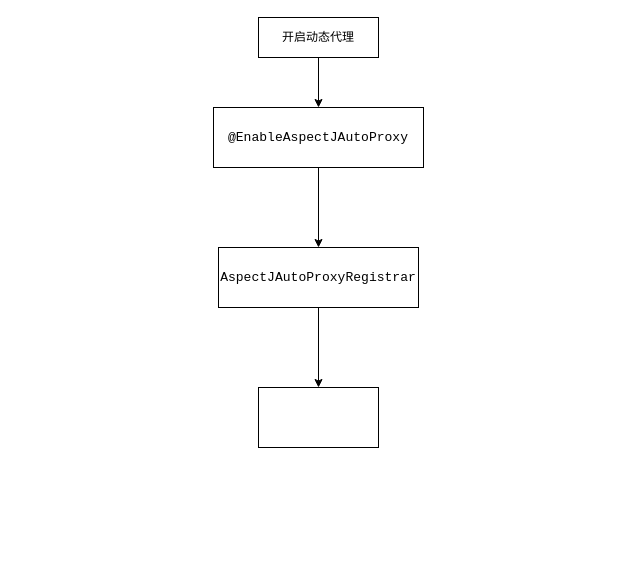
linbingxing/mind keeps this draw.io diagram as Spring AOP源码分析.drawio. Above is the earlier version. Source tidied: cells renumbered, new cells numbered last; positions are measured from the earlier drawing's top-left corner, leaving out a move shared by most shapes. Both pictures are drawn from the tidied source at 100%, with x=0, y=0 at pixel (213, 17).
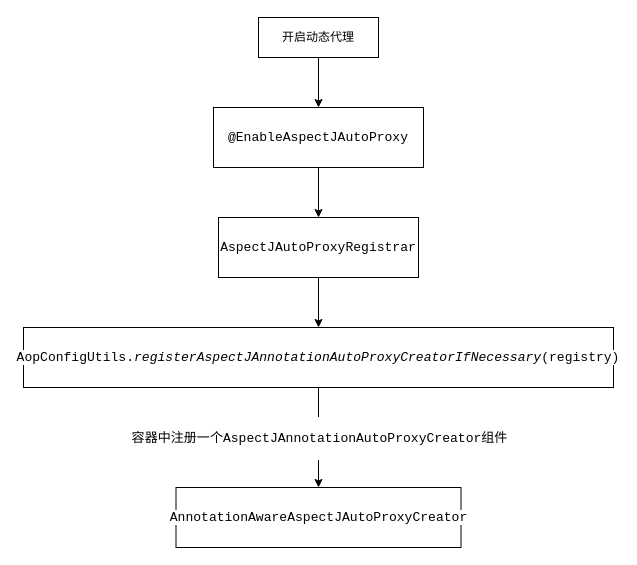
The same page after the edit.

Commit message (it also covers changes not shown here):
更新Spring AOP源码分析.drawio

Diff of the diagram source:
```diff
@@
 <mxGraphModel>
   <root>
     <mxCell id="0" />
     <mxCell id="1" parent="0" />
     <mxCell id="2" style="edgeStyle=orthogonalEdgeStyle;rounded=0;jettySize=auto;html=1;fontColor=#000000;" parent="1" edge="1" source="3" target="7">
       <mxGeometry relative="1" as="geometry" />
     </mxCell>
     <mxCell id="3" value="&lt;pre style=&quot;font-family: &amp;#34;consolas&amp;#34; ; font-size: 9.8pt&quot;&gt;@EnableAspectJAutoProxy&lt;/pre&gt;" style="rounded=0;whiteSpace=wrap;html=1;" parent="1" vertex="1">
       <mxGeometry y="90" width="210" height="60" as="geometry" />
     </mxCell>
     <mxCell id="4" style="edgeStyle=orthogonalEdgeStyle;rounded=0;jettySize=auto;html=1;exitX=0.5;exitY=1;exitDx=0;exitDy=0;fontColor=#000000;" parent="1" edge="1" source="5" target="3">
       <mxGeometry relative="1" as="geometry" />
     </mxCell>
     <mxCell id="5" value="开启动态代理" style="rounded=0;whiteSpace=wrap;html=1;labelBackgroundColor=none;fontColor=#000000;" parent="1" vertex="1">
       <mxGeometry x="45" width="120" height="40" as="geometry" />
     </mxCell>
     <mxCell id="6" style="edgeStyle=orthogonalEdgeStyle;rounded=0;jettySize=auto;html=1;fontColor=#000000;" parent="1" edge="1" source="7" target="8">
       <mxGeometry relative="1" as="geometry" />
     </mxCell>
     <mxCell id="7" value="&lt;pre style=&quot;font-family: &amp;#34;consolas&amp;#34; ; font-size: 9.8pt&quot;&gt;&lt;span style=&quot;background-color: rgb(255 , 255 , 255)&quot;&gt;AspectJAutoProxyRegistrar&lt;/span&gt;&lt;/pre&gt;" style="whiteSpace=wrap;html=1;rounded=0;strokeColor=#000000;" parent="1" vertex="1">
-      <mxGeometry x="5" y="230" width="200" height="60" as="geometry" />
+      <mxGeometry x="5" y="200" width="200" height="60" as="geometry" />
     </mxCell>
+    <mxCell id="9" style="edgeStyle=orthogonalEdgeStyle;rounded=0;jettySize=auto;html=1;fontColor=#000000;" parent="1" edge="1" source="8" target="11">
+      <mxGeometry relative="1" as="geometry" />
+    </mxCell>
+    <mxCell id="10" value="&lt;pre style=&quot;font-family: &amp;#34;arial&amp;#34; ; font-size: 9.8pt&quot;&gt;&lt;span style=&quot;background-color: rgb(255 , 255 , 255)&quot;&gt;容器中注册一个&lt;span style=&quot;font-family: &amp;#34;consolas&amp;#34;&quot;&gt;AspectJAnnotationAutoProxyCreator&lt;/span&gt;组件&lt;/span&gt;&lt;/pre&gt;" style="edgeLabel;html=1;align=center;verticalAlign=middle;fontColor=#000000;" parent="9" vertex="1">
+      <mxGeometry x="-0.31" y="-1" relative="1" as="geometry">
+        <mxPoint x="1" y="15" as="offset" />
+      </mxGeometry>
+    </mxCell>
-    <mxCell id="8" style="whiteSpace=wrap;html=1;strokeColor=#000000;rounded=0;" parent="1" vertex="1">
-      <mxGeometry x="45" y="370" width="120" height="60" as="geometry" />
+    <mxCell id="8" value="&lt;pre style=&quot;font-family: &amp;#34;consolas&amp;#34; ; font-size: 9.8pt&quot;&gt;&lt;span style=&quot;background-color: rgb(255 , 255 , 255)&quot;&gt;AopConfigUtils.&lt;span style=&quot;font-style: italic&quot;&gt;registerAspectJAnnotationAutoProxyCreatorIfNecessary&lt;/span&gt;(registry)&lt;/span&gt;&lt;/pre&gt;" style="whiteSpace=wrap;html=1;strokeColor=#000000;rounded=0;" parent="1" vertex="1">
+      <mxGeometry x="-190" y="310" width="590" height="60" as="geometry" />
     </mxCell>
+    <mxCell id="11" value="&lt;pre style=&quot;font-family: &amp;#34;consolas&amp;#34; ; font-size: 9.8pt&quot;&gt;&lt;span style=&quot;background-color: rgb(255 , 255 , 255)&quot;&gt;AnnotationAwareAspectJAutoProxyCreator&lt;/span&gt;&lt;/pre&gt;" style="whiteSpace=wrap;html=1;strokeColor=#000000;rounded=0;" parent="1" vertex="1">
+      <mxGeometry x="-37.5" y="470" width="285" height="60" as="geometry" />
+    </mxCell>
   </root>
 </mxGraphModel>
```
